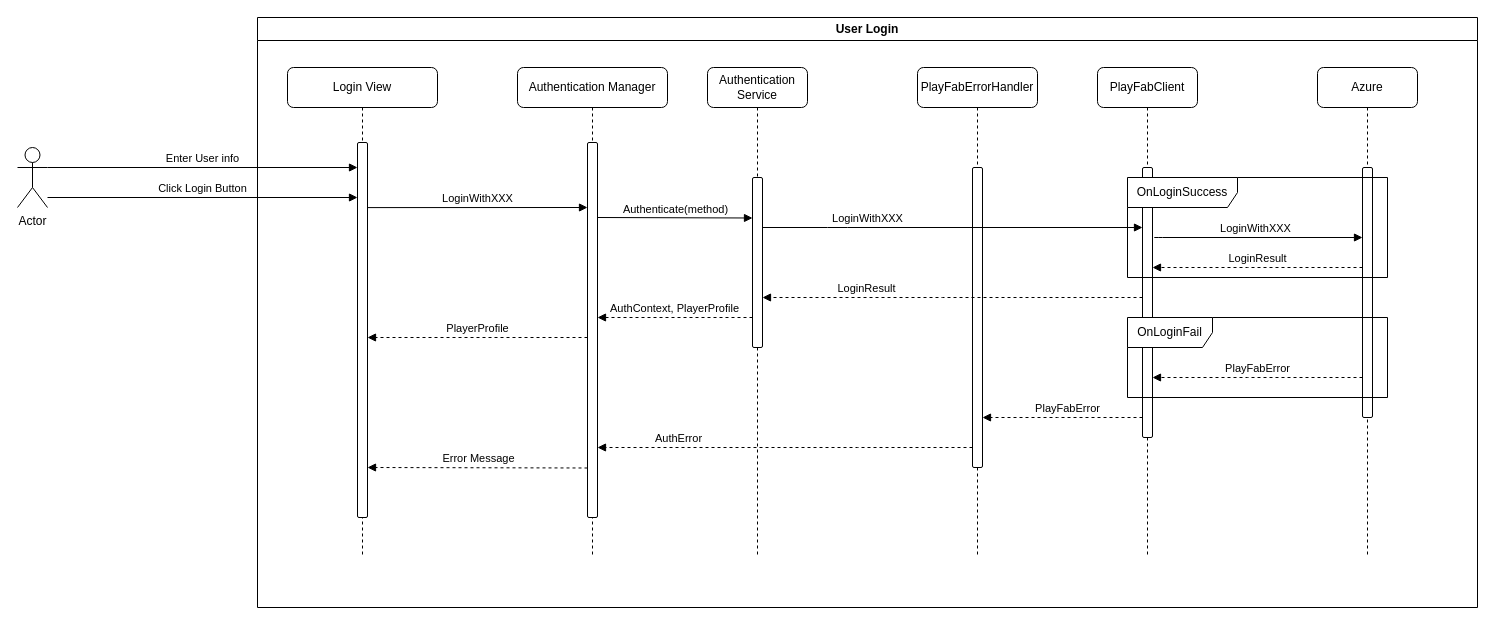
The draw.io diagram page "Login" (2 of 2) of cosmic-shore-backend-services.drawio in froglet-studio/cosmic-shore-backend-diagrams, before the edit. Source tidied: cells renumbered, new cells numbered last; positions are measured from the earlier drawing's top-left corner, leaving out a move shared by most shapes. Both pictures are drawn from the tidied source at 100%, with x=0, y=0 at pixel (17, 17).
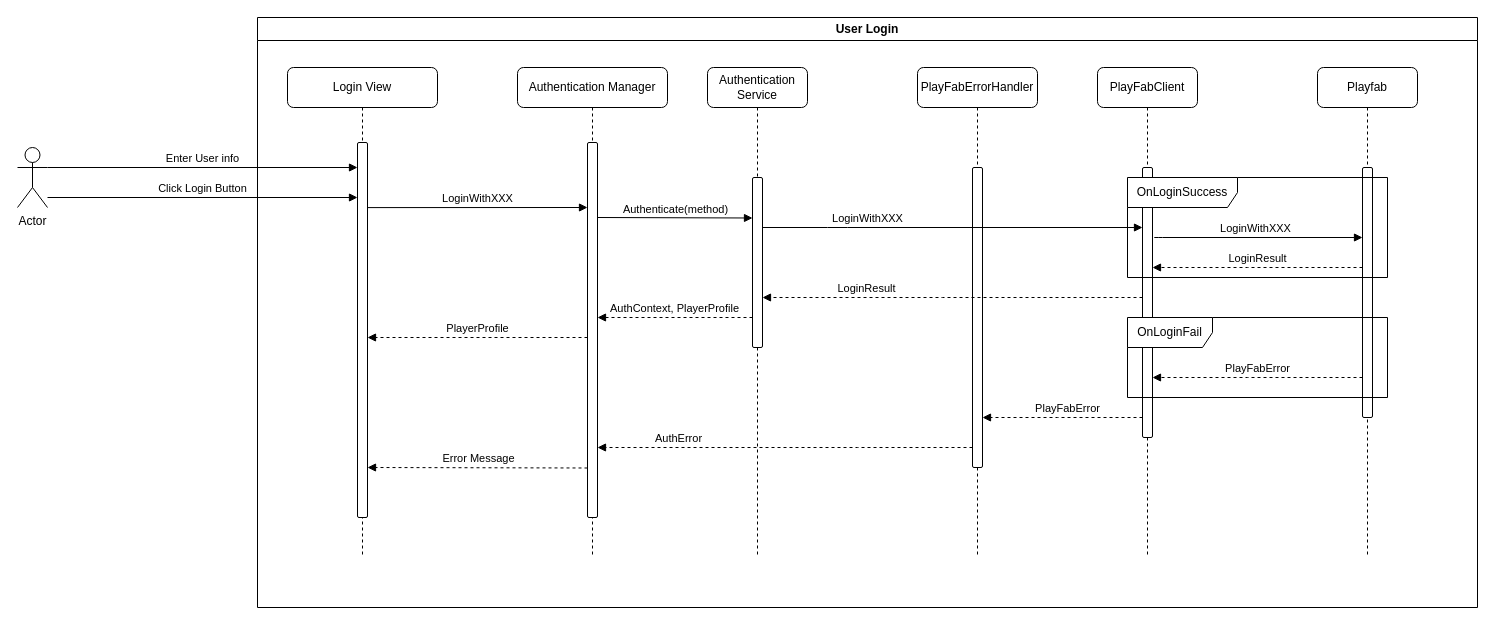
After the change.

The edit, as a diff of the source:
```diff
@@
-    <mxCell id="11" value="Azure" style="shape=umlLifeline;perimeter=lifelinePerimeter;whiteSpace=wrap;html=1;newEdgeStyle={&quot;edgeStyle&quot;:&quot;elbowEdgeStyle&quot;,&quot;elbow&quot;:&quot;vertical&quot;,&quot;curved&quot;:0,&quot;rounded&quot;:0};labelBackgroundColor=none;rounded=1;" parent="1" vertex="1">
+    <mxCell id="11" value="Playfab" style="shape=umlLifeline;perimeter=lifelinePerimeter;whiteSpace=wrap;html=1;newEdgeStyle={&quot;edgeStyle&quot;:&quot;elbowEdgeStyle&quot;,&quot;elbow&quot;:&quot;vertical&quot;,&quot;curved&quot;:0,&quot;rounded&quot;:0};labelBackgroundColor=none;rounded=1;" parent="1" vertex="1">
       <mxGeometry x="1300" y="50" width="100" height="490" as="geometry" />
     </mxCell>
```
